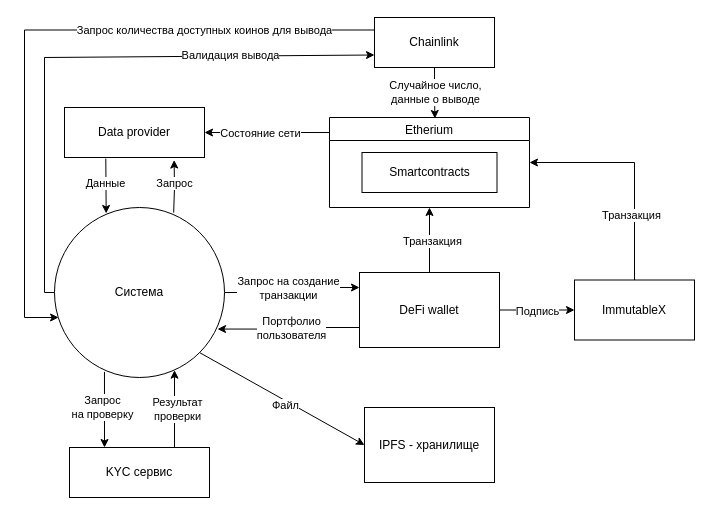
Earlier version of the draw.io diagram CE/Контекстная.drawio (careock/diagrams). Source tidied: cells renumbered, new cells numbered last; positions are measured from the earlier drawing's top-left corner, leaving out a move shared by most shapes. Both pictures are drawn from the tidied source at 100%, with x=0, y=0 at pixel (24, 17).
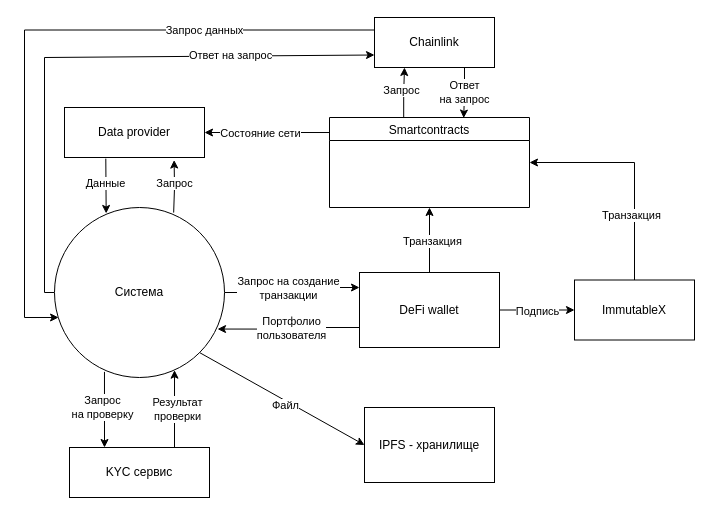
Above is the later version.

Unchanged cells that the change refers to:
```xml
<mxCell id="8" style="edgeStyle=none;rounded=0;jettySize=auto;html=1;entryX=0;entryY=0.75;entryDx=0;entryDy=0;exitX=0;exitY=0.5;exitDx=0;exitDy=0;" parent="1" edge="1" source="10" target="33">
  <mxGeometry relative="1" as="geometry">
    <Array as="points">
      <mxPoint x="20" y="275" />
      <mxPoint x="20" y="40" />
    </Array>
  </mxGeometry>
</mxCell>
<mxCell id="31" style="edgeStyle=orthogonalEdgeStyle;rounded=0;jettySize=auto;html=1;entryX=0.024;entryY=0.647;entryDx=0;entryDy=0;entryPerimeter=0;exitX=0;exitY=0.25;exitDx=0;exitDy=0;" parent="1" edge="1" source="33" target="10">
  <mxGeometry relative="1" as="geometry">
    <Array as="points">
      <mxPoint y="13" />
      <mxPoint y="300" />
    </Array>
  </mxGeometry>
</mxCell>
<mxCell id="33" value="Chainlink" style="rounded=0;whiteSpace=wrap;html=1;" parent="1" vertex="1">
  <mxGeometry x="350" width="120" height="50" as="geometry" />
</mxCell>
```

Change to the diagram source:
```diff
@@
-    <mxCell id="9" value="Валидация вывода" style="edgeLabel;html=1;align=center;verticalAlign=middle;" parent="8" vertex="1">
+    <mxCell id="9" value="Ответ на запрос" style="edgeLabel;html=1;align=center;verticalAlign=middle;" parent="8" vertex="1">
       <mxGeometry x="0.5" y="1" relative="1" as="geometry" />
     </mxCell>
@@
-    <mxCell id="27" value="Etherium" style="swimlane;startSize=23;fontStyle=0;" parent="1" vertex="1">
+    <mxCell id="27" value="Smartcontracts" style="swimlane;startSize=23;fontStyle=0;" parent="1" vertex="1">
       <mxGeometry x="305" y="100" width="200" height="90" as="geometry" />
     </mxCell>
-    <mxCell id="28" value="Smartcontracts" style="rounded=0;whiteSpace=wrap;html=1;" parent="27" vertex="1">
-      <mxGeometry x="32.5" y="35" width="135" height="40" as="geometry" />
-    </mxCell>
-    <mxCell id="29" style="edgeStyle=orthogonalEdgeStyle;rounded=0;jettySize=auto;html=1;startArrow=none;startFill=0;entryX=0.527;entryY=0.011;entryDx=0;entryDy=0;entryPerimeter=0;" parent="1" edge="1" source="33" target="27">
+    <mxCell id="29" style="edgeStyle=orthogonalEdgeStyle;rounded=0;jettySize=auto;html=1;startArrow=none;startFill=0;entryX=0.671;entryY=0.006;entryDx=0;entryDy=0;entryPerimeter=0;exitX=0.75;exitY=1;exitDx=0;exitDy=0;" parent="1" edge="1" source="33" target="27">
       <mxGeometry relative="1" as="geometry" />
     </mxCell>
-    <mxCell id="30" value="Случайное число,&lt;br&gt;данные о выводе" style="edgeLabel;html=1;align=center;verticalAlign=middle;" parent="29" vertex="1">
+    <mxCell id="30" value="Ответ &lt;br&gt;на запрос" style="edgeLabel;html=1;align=center;verticalAlign=middle;" parent="29" vertex="1">
       <mxGeometry x="0.07" y="2" relative="1" as="geometry">
         <mxPoint x="-2" y="-2" as="offset" />
       </mxGeometry>
     </mxCell>
@@
-    <mxCell id="32" value="Запрос количества доступных коинов для вывода" style="edgeLabel;html=1;align=center;verticalAlign=middle;" parent="31" vertex="1">
+    <mxCell id="32" value="Запрос данных" style="edgeLabel;html=1;align=center;verticalAlign=middle;" parent="31" vertex="1">
       <mxGeometry x="-0.49" relative="1" as="geometry" />
     </mxCell>
@@
+    <mxCell id="39" style="edgeStyle=orthogonalEdgeStyle;rounded=0;jettySize=auto;html=1;startArrow=none;startFill=0;entryX=0.25;entryY=1;entryDx=0;entryDy=0;exitX=0.371;exitY=0.006;exitDx=0;exitDy=0;exitPerimeter=0;" parent="1" edge="1" source="27" target="33">
+      <mxGeometry relative="1" as="geometry" />
+    </mxCell>
+    <mxCell id="40" value="Запрос" style="edgeLabel;html=1;align=center;verticalAlign=middle;" parent="39" vertex="1">
+      <mxGeometry x="0.07" y="2" relative="1" as="geometry">
+        <mxPoint x="-2" y="-2" as="offset" />
+      </mxGeometry>
+    </mxCell>
```
